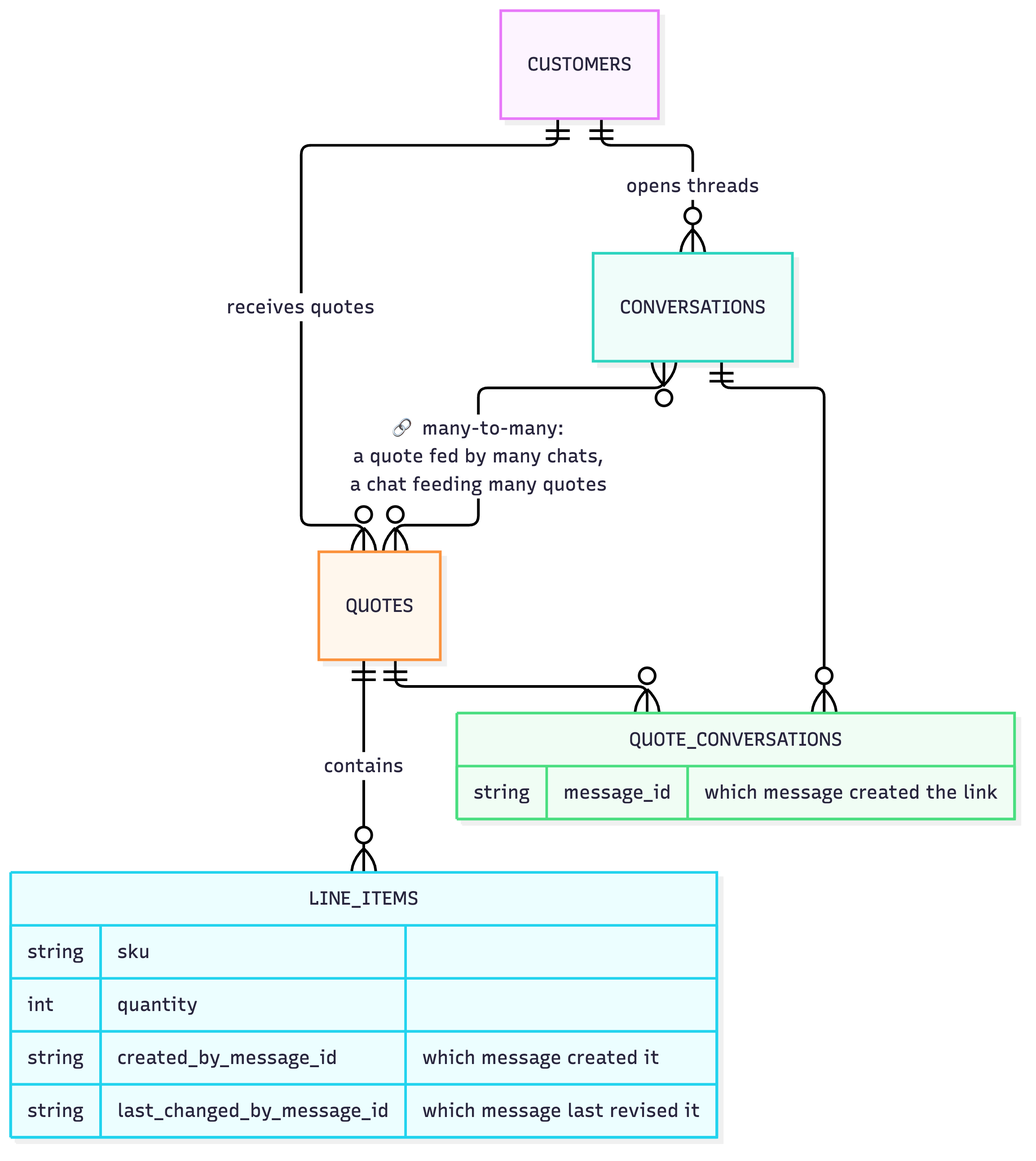
This is docs/diagrams/03-data-model.png from Selopez24/axial-quote-engine, a Mermaid export, as it was before one commit. Its source is kept beside it as docs/diagrams/src/03-data-model.mmd. The source it was exported from:
```mermaid
erDiagram
    CUSTOMERS ||--o{ CONVERSATIONS : "opens threads"
    CUSTOMERS ||--o{ QUOTES : "receives quotes"
    CONVERSATIONS }o--o{ QUOTES : "🔗 many-to-many:<br/>a quote fed by many chats,<br/>a chat feeding many quotes"
    QUOTES ||--o{ LINE_ITEMS : "contains"
    LINE_ITEMS {
        string sku
        int quantity
        string created_by_message_id "which message created it"
        string last_changed_by_message_id "which message last revised it"
    }
    QUOTE_CONVERSATIONS {
        string message_id "which message created the link"
    }
    QUOTES ||--o{ QUOTE_CONVERSATIONS : ""
    CONVERSATIONS ||--o{ QUOTE_CONVERSATIONS : ""
```
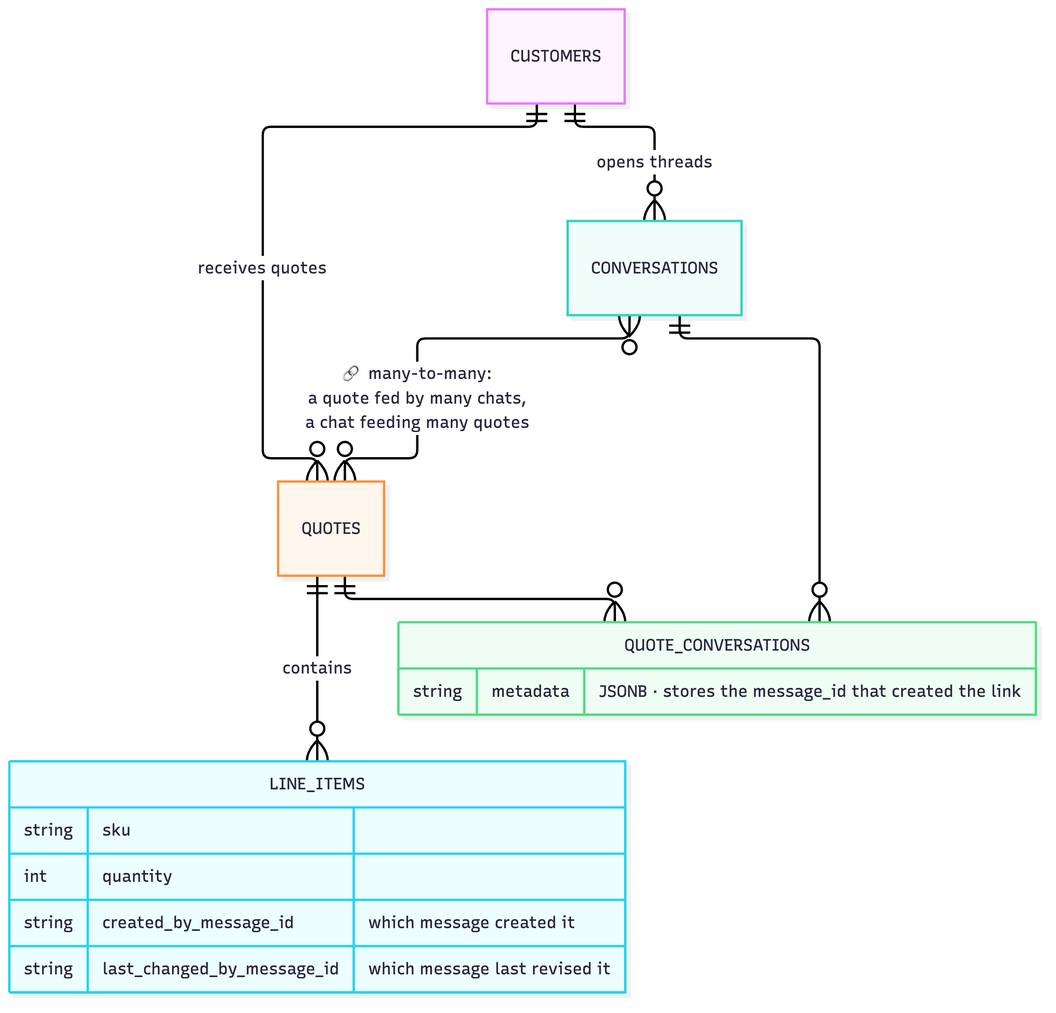
Later version of the same file.

Change to the diagram source:
```diff
@@ -10,7 +10,7 @@
         string last_changed_by_message_id "which message last revised it"
     }
     QUOTE_CONVERSATIONS {
-        string message_id "which message created the link"
+        string metadata "JSONB · stores the message_id that created the link"
     }
     QUOTES ||--o{ QUOTE_CONVERSATIONS : ""
     CONVERSATIONS ||--o{ QUOTE_CONVERSATIONS : ""
```
